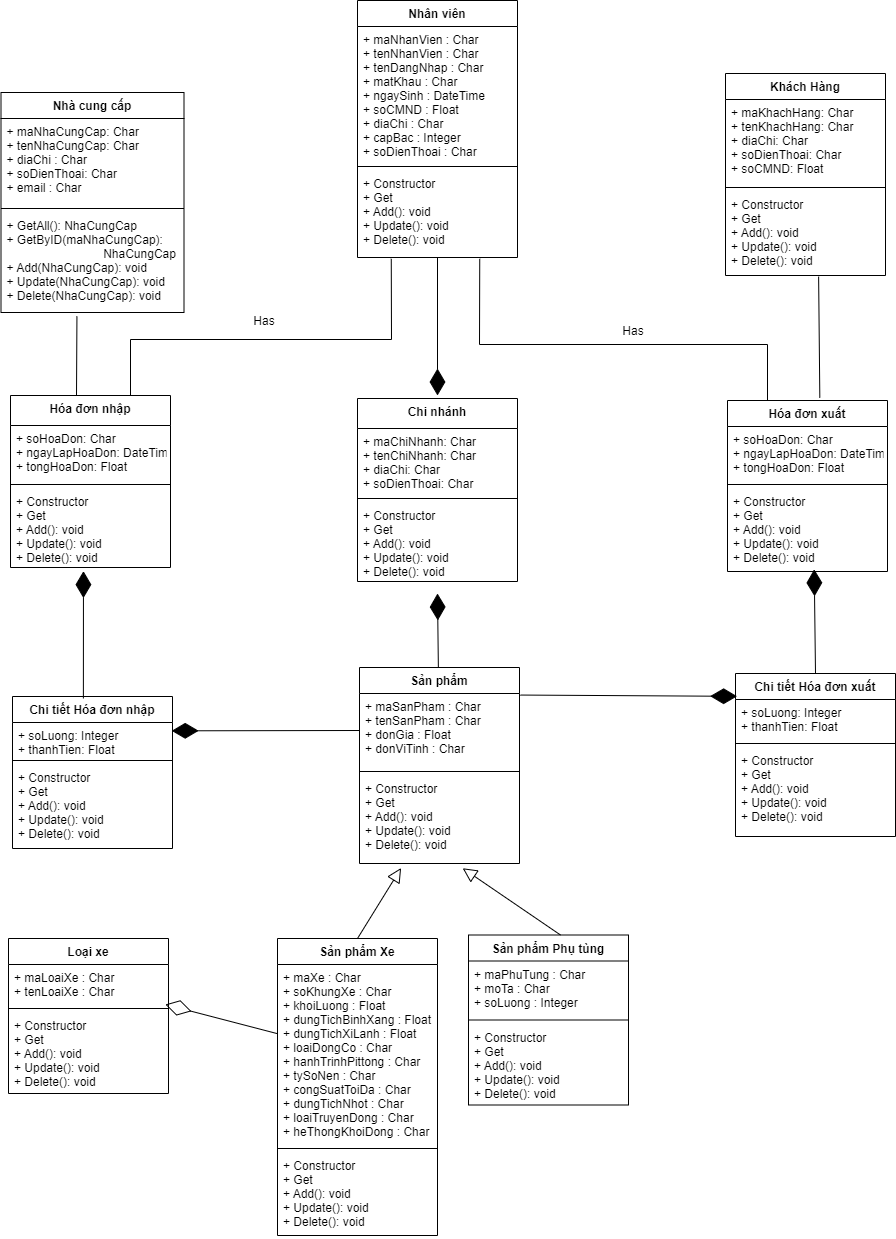
The draw.io diagram Sơ Đồ Class.png in ChauCongTu/thiet-ke-linh-tinh, before a commit. Source tidied: cells renumbered, new cells last; positions are measured from the earlier drawing's top-left corner, leaving out a move shared by most shapes.
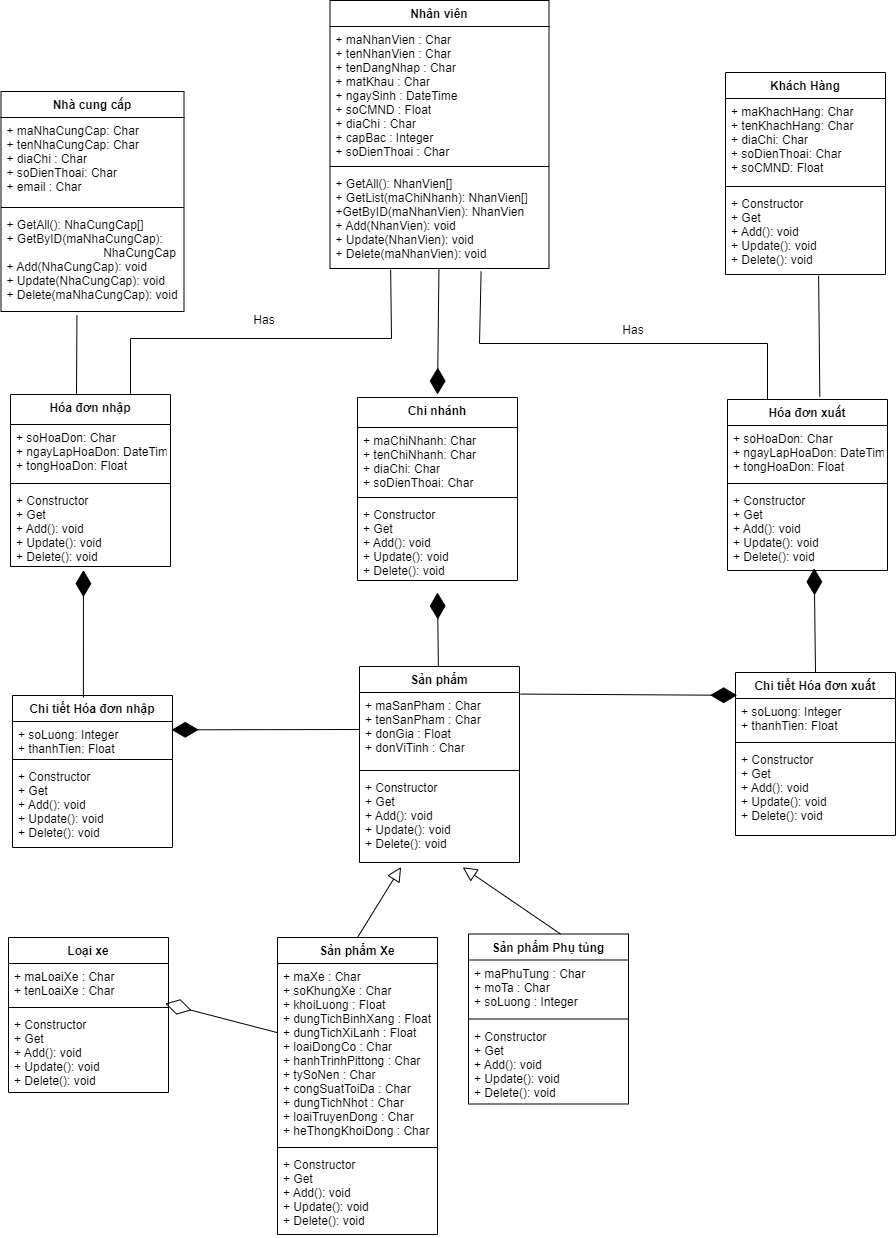
Above is the later version.

Commit message:
Cập nhật Sơ Đồ Class.png

Diff of the diagram source:
```diff
@@ -23,7 +23,7 @@
     <mxCell id="8" style="line;strokeWidth=1;fillColor=none;align=left;verticalAlign=middle;spacingTop=-1;spacingLeft=3;spacingRight=3;labelPosition=right;strokeColor=inherit;" parent="6" vertex="1">
       <mxGeometry y="112" width="183" height="8" as="geometry" />
     </mxCell>
-    <mxCell id="9" value="+ GetAll(): NhaCungCap&#10;+ GetByID(maNhaCungCap):&#10;                             NhaCungCap&#10;+ Add(NhaCungCap): void&#10;+ Update(NhaCungCap): void&#10;+ Delete(NhaCungCap): void" style="text;strokeColor=none;fillColor=none;align=left;verticalAlign=top;spacingLeft=4;spacingRight=4;overflow=hidden;points=[[0,0.5],[1,0.5]];portConstraint=eastwest;" parent="6" vertex="1">
+    <mxCell id="9" value="+ GetAll(): NhaCungCap[]&#10;+ GetByID(maNhaCungCap):&#10;                             NhaCungCap&#10;+ Add(NhaCungCap): void&#10;+ Update(NhaCungCap): void&#10;+ Delete(maNhaCungCap): void" style="text;strokeColor=none;fillColor=none;align=left;verticalAlign=top;spacingLeft=4;spacingRight=4;overflow=hidden;points=[[0,0.5],[1,0.5]];portConstraint=eastwest;" parent="6" vertex="1">
       <mxGeometry y="120" width="183" height="100" as="geometry" />
     </mxCell>
     <mxCell id="10" value="Hóa đơn nhập" style="swimlane;fontStyle=1;align=center;verticalAlign=top;horizontal=1;startSize=30;" parent="1" vertex="1">
@@ -39,16 +39,16 @@
       <mxGeometry y="93" width="160" height="79" as="geometry" />
     </mxCell>
     <mxCell id="14" value="Nhân viên" style="swimlane;fontStyle=1;align=center;verticalAlign=top;horizontal=1;startSize=26;" parent="1" vertex="1">
-      <mxGeometry x="356" width="160" height="257" as="geometry" />
+      <mxGeometry x="328.5" y="1" width="219" height="268" as="geometry" />
     </mxCell>
     <mxCell id="15" value="+ maNhanVien : Char&#10;+ tenNhanVien : Char&#10;+ tenDangNhap : Char&#10;+ matKhau : Char&#10;+ ngaySinh : DateTime&#10;+ soCMND : Float&#10;+ diaChi : Char&#10;+ capBac : Integer&#10;+ soDienThoai : Char" style="text;strokeColor=none;fillColor=none;align=left;verticalAlign=top;spacingLeft=4;spacingRight=4;overflow=hidden;" parent="14" vertex="1">
-      <mxGeometry y="26" width="160" height="136" as="geometry" />
+      <mxGeometry y="26" width="219" height="136" as="geometry" />
     </mxCell>
     <mxCell id="16" style="line;strokeWidth=1;fillColor=none;align=left;verticalAlign=middle;spacingTop=-1;spacingLeft=3;spacingRight=3;labelPosition=right;strokeColor=inherit;" parent="14" vertex="1">
-      <mxGeometry y="162" width="160" height="8" as="geometry" />
+      <mxGeometry y="162" width="219" height="8" as="geometry" />
     </mxCell>
-    <mxCell id="17" value="+ Constructor&#10;+ Get&#10;+ Add(): void&#10;+ Update(): void&#10;+ Delete(): void" style="text;strokeColor=none;fillColor=none;align=left;verticalAlign=top;spacingLeft=4;spacingRight=4;overflow=hidden;points=[[0,0.5],[1,0.5]];portConstraint=eastwest;" parent="14" vertex="1">
-      <mxGeometry y="170" width="160" height="87" as="geometry" />
+    <mxCell id="17" value="+ GetAll(): NhanVien[]&#10;+ GetList(maChiNhanh): NhanVien[]&#10;+GetByID(maNhanVien): NhanVien&#10;+ Add(NhanVien): void&#10;+ Update(NhanVien): void&#10;+ Delete(maNhanVien): void" style="text;strokeColor=none;fillColor=none;align=left;verticalAlign=top;spacingLeft=4;spacingRight=4;overflow=hidden;points=[[0,0.5],[1,0.5]];portConstraint=eastwest;" parent="14" vertex="1">
+      <mxGeometry y="170" width="219" height="98" as="geometry" />
     </mxCell>
     <mxCell id="18" value="Loại xe" style="swimlane;fontStyle=1;align=center;verticalAlign=top;horizontal=1;startSize=26;" parent="1" vertex="1">
       <mxGeometry x="7" y="938" width="160" height="155" as="geometry" />
@@ -150,7 +150,7 @@
     <mxCell id="49" value="Has&lt;span style=&quot;color: rgba(0, 0, 0, 0); font-family: monospace; font-size: 0px; text-align: start;&quot;&gt;%3CmxGraphModel%3E%3Croot%3E%3CmxCell%20id%3D%220%22%2F%3E%3CmxCell%20id%3D%221%22%20parent%3D%220%22%2F%3E%3CmxCell%20id%3D%222%22%20value%3D%22%22%20style%3D%22endArrow%3Dnone%3Bhtml%3D1%3Brounded%3D0%3BexitX%3D1%3BexitY%3D0.25%3BexitDx%3D0%3BexitDy%3D0%3B%22%20edge%3D%221%22%20parent%3D%221%22%3E%3CmxGeometry%20width%3D%2250%22%20height%3D%2250%22%20relative%3D%221%22%20as%3D%22geometry%22%3E%3CmxPoint%20x%3D%22667%22%20y%3D%22139%22%20as%3D%22sourcePoint%22%2F%3E%3CmxPoint%20x%3D%22881%22%20y%3D%22139.72789115646253%22%20as%3D%22targetPoint%22%2F%3E%3C%2FmxGeometry%3E%3C%2FmxCell%3E%3C%2Froot%3E%3C%2FmxGraphModel%3E&lt;/span&gt;" style="text;html=1;strokeColor=none;fillColor=none;align=center;verticalAlign=middle;whiteSpace=wrap;rounded=0;" parent="1" vertex="1">
       <mxGeometry x="233" y="306" width="60" height="30" as="geometry" />
     </mxCell>
-    <mxCell id="50" style="endArrow=none;html=1;rounded=0;exitX=0.75;exitY=0;exitDx=0;exitDy=0;entryX=0.211;entryY=1.015;entryDx=0;entryDy=0;entryPerimeter=0;" parent="1" edge="1" source="10" target="17">
+    <mxCell id="50" style="endArrow=none;html=1;rounded=0;exitX=0.75;exitY=0;exitDx=0;exitDy=0;entryX=0.277;entryY=1.014;entryDx=0;entryDy=0;entryPerimeter=0;" parent="1" edge="1" source="10" target="17">
       <mxGeometry relative="1" as="geometry">
         <Array as="points">
           <mxPoint x="129" y="339" />
@@ -158,7 +158,7 @@
         </Array>
       </mxGeometry>
     </mxCell>
-    <mxCell id="51" style="endArrow=none;html=1;rounded=0;exitX=0.25;exitY=0;exitDx=0;exitDy=0;entryX=0.764;entryY=1.015;entryDx=0;entryDy=0;entryPerimeter=0;" parent="1" edge="1" source="42" target="17">
+    <mxCell id="51" style="endArrow=none;html=1;rounded=0;exitX=0.25;exitY=0;exitDx=0;exitDy=0;entryX=0.69;entryY=1.032;entryDx=0;entryDy=0;entryPerimeter=0;" parent="1" edge="1" source="42" target="17">
       <mxGeometry relative="1" as="geometry">
         <Array as="points">
           <mxPoint x="766" y="344" />
```
